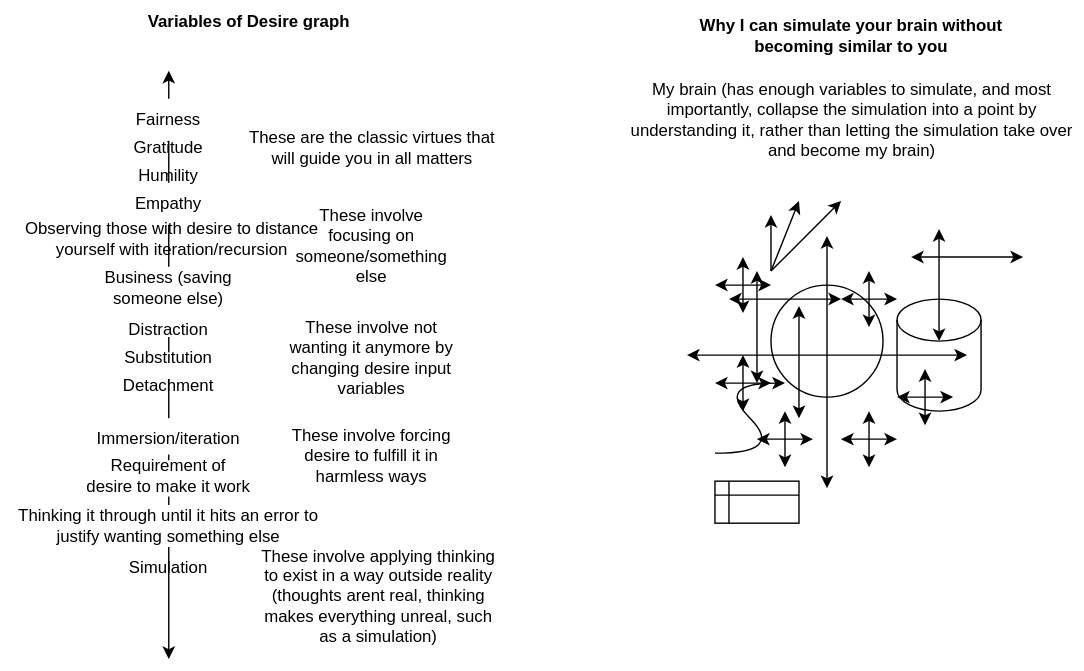
This is docs/objects/virtue_graph.drawio.svg from outdreamer/build-a-cure, a draw.io export, as it was before one commit. Source tidied: cells renumbered, new cells last; positions are measured from the earlier drawing's top-left corner, leaving out a move shared by most shapes.
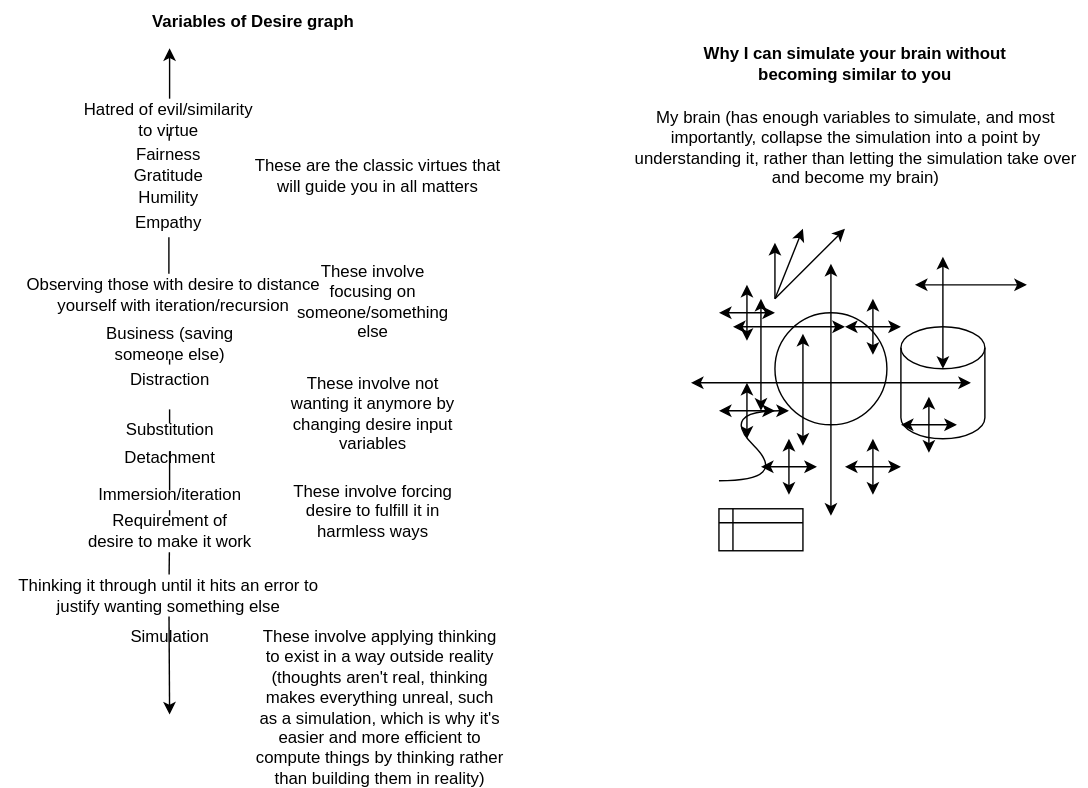
Later version of the same file.

What changed in the source:
```diff
@@ -8,16 +8,14 @@
     <mxCell id="3" style="ellipse;whiteSpace=wrap;html=1;" parent="1" vertex="1">
       <mxGeometry x="550" y="203" width="80" height="80" as="geometry" />
     </mxCell>
-    <mxCell id="4" style="endArrow=classic;startArrow=none;html=1;rounded=0;" parent="1" edge="1" source="56">
-      <mxGeometry relative="1" as="geometry">
-        <mxPoint x="120" y="50" as="targetPoint" />
-      </mxGeometry>
+    <mxCell id="4" style="endArrow=classic;startArrow=none;html=1;rounded=0;entryX=0.16;entryY=1.133;entryDx=0;entryDy=0;entryPerimeter=0;" parent="1" edge="1" source="60" target="34">
+      <mxGeometry relative="1" as="geometry" />
     </mxCell>
     <mxCell id="5" value="Gratitude" style="text;html=1;strokeColor=none;fillColor=none;align=center;verticalAlign=middle;whiteSpace=wrap;rounded=0;" parent="1" vertex="1">
-      <mxGeometry x="90" y="90" width="60" height="30" as="geometry" />
+      <mxGeometry x="87" y="90" width="60" height="30" as="geometry" />
     </mxCell>
     <mxCell id="6" value="Detachment" style="text;html=1;strokeColor=none;fillColor=none;align=center;verticalAlign=middle;whiteSpace=wrap;rounded=0;" parent="1" vertex="1">
-      <mxGeometry x="90" y="260" width="60" height="30" as="geometry" />
+      <mxGeometry x="87.5" y="292" width="60" height="30" as="geometry" />
     </mxCell>
     <mxCell id="7" style="endArrow=classic;startArrow=classic;html=1;rounded=0;" parent="1" edge="1">
       <mxGeometry relative="1" as="geometry">
@@ -178,84 +176,94 @@
       <mxGeometry x="442.5" y="70" width="330" height="30" as="geometry" />
     </mxCell>
     <mxCell id="34" value="Variables of Desire graph" style="text;html=1;strokeColor=none;fillColor=none;align=center;verticalAlign=middle;whiteSpace=wrap;rounded=0;fontStyle=1;" parent="1" vertex="1">
-      <mxGeometry x="90" width="175" height="30" as="geometry" />
+      <mxGeometry x="89.5" y="-20" width="175" height="30" as="geometry" />
     </mxCell>
     <mxCell id="35" value="Distraction" style="text;html=1;strokeColor=none;fillColor=none;align=center;verticalAlign=middle;whiteSpace=wrap;rounded=0;" parent="1" vertex="1">
-      <mxGeometry x="90" y="220" width="60" height="30" as="geometry" />
+      <mxGeometry x="87.5" y="236" width="60" height="30" as="geometry" />
     </mxCell>
-    <mxCell id="36" style="endArrow=none;startArrow=none;html=1;rounded=0;" parent="1" edge="1" source="37" target="35">
-      <mxGeometry relative="1" as="geometry" />
+    <mxCell id="36" style="endArrow=none;startArrow=none;html=1;rounded=0;" parent="1" edge="1" source="37">
+      <mxGeometry relative="1" as="geometry">
+        <mxPoint x="117.5" y="282" as="targetPoint" />
+      </mxGeometry>
     </mxCell>
     <mxCell id="37" value="Substitution" style="text;html=1;strokeColor=none;fillColor=none;align=center;verticalAlign=middle;whiteSpace=wrap;rounded=0;" parent="1" vertex="1">
-      <mxGeometry x="90" y="240" width="60" height="30" as="geometry" />
+      <mxGeometry x="87.5" y="272" width="60" height="30" as="geometry" />
     </mxCell>
-    <mxCell id="38" style="endArrow=none;startArrow=none;html=1;rounded=0;" parent="1" edge="1" source="41" target="37">
-      <mxGeometry relative="1" as="geometry" />
+    <mxCell id="38" style="endArrow=none;startArrow=none;html=1;rounded=0;" parent="1" edge="1" target="37">
+      <mxGeometry relative="1" as="geometry">
+        <mxPoint x="117.5" y="330" as="sourcePoint" />
+      </mxGeometry>
     </mxCell>
     <mxCell id="39" value="Humility" style="text;html=1;strokeColor=none;fillColor=none;align=center;verticalAlign=middle;whiteSpace=wrap;rounded=0;" parent="1" vertex="1">
-      <mxGeometry x="90" y="110" width="60" height="30" as="geometry" />
+      <mxGeometry x="87" y="106" width="60" height="30" as="geometry" />
     </mxCell>
     <mxCell id="40" value="Simulation" style="text;html=1;strokeColor=none;fillColor=none;align=center;verticalAlign=middle;whiteSpace=wrap;rounded=0;" parent="1" vertex="1">
-      <mxGeometry x="90" y="390" width="60" height="30" as="geometry" />
+      <mxGeometry x="87.5" y="420" width="60" height="30" as="geometry" />
     </mxCell>
     <mxCell id="41" value="Immersion/iteration" style="text;html=1;strokeColor=none;fillColor=none;align=center;verticalAlign=middle;whiteSpace=wrap;rounded=0;" parent="1" vertex="1">
-      <mxGeometry x="90" y="298" width="60" height="30" as="geometry" />
+      <mxGeometry x="87.5" y="318" width="60" height="30" as="geometry" />
     </mxCell>
     <mxCell id="42" style="endArrow=none;startArrow=none;html=1;rounded=0;" parent="1" edge="1" source="51" target="41">
       <mxGeometry relative="1" as="geometry" />
     </mxCell>
     <mxCell id="43" value="Business (saving someone else)" style="text;html=1;strokeColor=none;fillColor=none;align=center;verticalAlign=middle;whiteSpace=wrap;rounded=0;" parent="1" vertex="1">
-      <mxGeometry x="70" y="190" width="100" height="30" as="geometry" />
+      <mxGeometry x="67.5" y="210" width="100" height="30" as="geometry" />
     </mxCell>
     <mxCell id="44" style="endArrow=none;startArrow=none;html=1;rounded=0;" parent="1" edge="1" source="35" target="43">
       <mxGeometry relative="1" as="geometry" />
     </mxCell>
     <mxCell id="45" value="Observing those with desire to distance yourself with iteration/recursion" style="text;html=1;strokeColor=none;fillColor=none;align=center;verticalAlign=middle;whiteSpace=wrap;rounded=0;" parent="1" vertex="1">
-      <mxGeometry x="5" y="155" width="235" height="30" as="geometry" />
+      <mxGeometry x="2.5" y="175" width="235" height="30" as="geometry" />
     </mxCell>
     <mxCell id="46" value="These involve focusing on someone/something else" style="text;html=1;strokeColor=none;fillColor=none;align=center;verticalAlign=middle;whiteSpace=wrap;rounded=0;" parent="1" vertex="1">
-      <mxGeometry x="211.2" y="160" width="107.5" height="30" as="geometry" />
+      <mxGeometry x="208.8" y="180" width="107.5" height="30" as="geometry" />
     </mxCell>
     <mxCell id="47" value="These involve not wanting it anymore by changing desire input variables" style="text;html=1;strokeColor=none;fillColor=none;align=center;verticalAlign=middle;whiteSpace=wrap;rounded=0;" parent="1" vertex="1">
-      <mxGeometry x="200" y="240" width="130" height="30" as="geometry" />
+      <mxGeometry x="197.5" y="260" width="130" height="30" as="geometry" />
     </mxCell>
     <mxCell id="48" value="Empathy" style="text;html=1;strokeColor=none;fillColor=none;align=center;verticalAlign=middle;whiteSpace=wrap;rounded=0;" parent="1" vertex="1">
-      <mxGeometry x="90" y="130" width="60" height="30" as="geometry" />
+      <mxGeometry x="87" y="124" width="60" height="30" as="geometry" />
     </mxCell>
-    <mxCell id="49" style="endArrow=none;startArrow=none;html=1;rounded=0;" parent="1" edge="1" source="43" target="48">
-      <mxGeometry relative="1" as="geometry" />
+    <mxCell id="49" style="endArrow=none;startArrow=none;html=1;rounded=0;" parent="1" edge="1">
+      <mxGeometry relative="1" as="geometry">
+        <mxPoint x="117" y="175" as="sourcePoint" />
+        <mxPoint x="117" y="149" as="targetPoint" />
+      </mxGeometry>
     </mxCell>
     <mxCell id="50" value="These are the classic virtues that will guide you in all matters" style="text;html=1;strokeColor=none;fillColor=none;align=center;verticalAlign=middle;whiteSpace=wrap;rounded=0;" parent="1" vertex="1">
-      <mxGeometry x="172.5" y="90" width="185" height="30" as="geometry" />
+      <mxGeometry x="173.8" y="90" width="185" height="30" as="geometry" />
     </mxCell>
     <mxCell id="51" value="Requirement of desire to make it work" style="text;html=1;strokeColor=none;fillColor=none;align=center;verticalAlign=middle;whiteSpace=wrap;rounded=0;" parent="1" vertex="1">
-      <mxGeometry x="60" y="324" width="120" height="30" as="geometry" />
+      <mxGeometry x="57.5" y="344" width="120" height="30" as="geometry" />
     </mxCell>
     <mxCell id="52" style="endArrow=none;startArrow=none;html=1;rounded=0;" parent="1" edge="1" source="54" target="51">
       <mxGeometry relative="1" as="geometry" />
     </mxCell>
     <mxCell id="53" value="These involve forcing desire to fulfill it in harmless ways" style="text;html=1;strokeColor=none;fillColor=none;align=center;verticalAlign=middle;whiteSpace=wrap;rounded=0;" parent="1" vertex="1">
-      <mxGeometry x="200" y="310" width="130" height="30" as="geometry" />
+      <mxGeometry x="197.5" y="330" width="130" height="30" as="geometry" />
     </mxCell>
     <mxCell id="54" value="Thinking it through until it hits an error to justify wanting something else" style="text;html=1;strokeColor=none;fillColor=none;align=center;verticalAlign=middle;whiteSpace=wrap;rounded=0;" parent="1" vertex="1">
-      <mxGeometry y="360" width="240" height="30" as="geometry" />
+      <mxGeometry x="-3" y="390" width="240" height="30" as="geometry" />
     </mxCell>
     <mxCell id="55" style="endArrow=none;startArrow=classic;html=1;rounded=0;" parent="1" edge="1" target="54">
       <mxGeometry relative="1" as="geometry">
-        <mxPoint x="120" y="470" as="sourcePoint" />
+        <mxPoint x="117.5" y="490" as="sourcePoint" />
       </mxGeometry>
     </mxCell>
     <mxCell id="56" value="Fairness" style="text;html=1;strokeColor=none;fillColor=none;align=center;verticalAlign=middle;whiteSpace=wrap;rounded=0;" parent="1" vertex="1">
-      <mxGeometry x="90" y="70" width="60" height="30" as="geometry" />
+      <mxGeometry x="87" y="75" width="60" height="30" as="geometry" />
     </mxCell>
-    <mxCell id="57" style="endArrow=none;startArrow=none;html=1;rounded=0;" parent="1" edge="1" source="48" target="56">
-      <mxGeometry relative="1" as="geometry" />
-    </mxCell>
-    <mxCell id="58" value="These involve applying thinking to exist in a way outside reality (thoughts arent real, thinking makes everything unreal, such as a simulation)" style="text;html=1;strokeColor=none;fillColor=none;align=center;verticalAlign=middle;whiteSpace=wrap;rounded=0;" parent="1" vertex="1">
-      <mxGeometry x="180" y="410" width="180" height="30" as="geometry" />
+    <mxCell id="58" value="These involve applying thinking to exist in a way outside reality (thoughts aren't real, thinking makes everything unreal, such as a simulation, which is why it's easier and more efficient to compute things by thinking rather than building them in reality)" style="text;html=1;strokeColor=none;fillColor=none;align=center;verticalAlign=middle;whiteSpace=wrap;rounded=0;" parent="1" vertex="1">
+      <mxGeometry x="177.5" y="470" width="180" height="30" as="geometry" />
     </mxCell>
     <mxCell id="59" value="Why I can simulate your brain without becoming similar to you" style="text;html=1;strokeColor=none;fillColor=none;align=center;verticalAlign=middle;whiteSpace=wrap;rounded=0;fontStyle=1;" parent="1" vertex="1">
       <mxGeometry x="490" y="10" width="235" height="30" as="geometry" />
     </mxCell>
+    <mxCell id="60" value="Hatred of evil/similarity to virtue" style="text;html=1;strokeColor=none;fillColor=none;align=center;verticalAlign=middle;whiteSpace=wrap;rounded=0;" parent="1" vertex="1">
+      <mxGeometry x="49.4" y="50" width="136.2" height="30" as="geometry" />
+    </mxCell>
+    <mxCell id="61" style="endArrow=none;startArrow=none;html=1;rounded=0;" parent="1" edge="1" source="56" target="60">
+      <mxGeometry relative="1" as="geometry" />
+    </mxCell>
   </root>
 </mxGraphModel>
```
